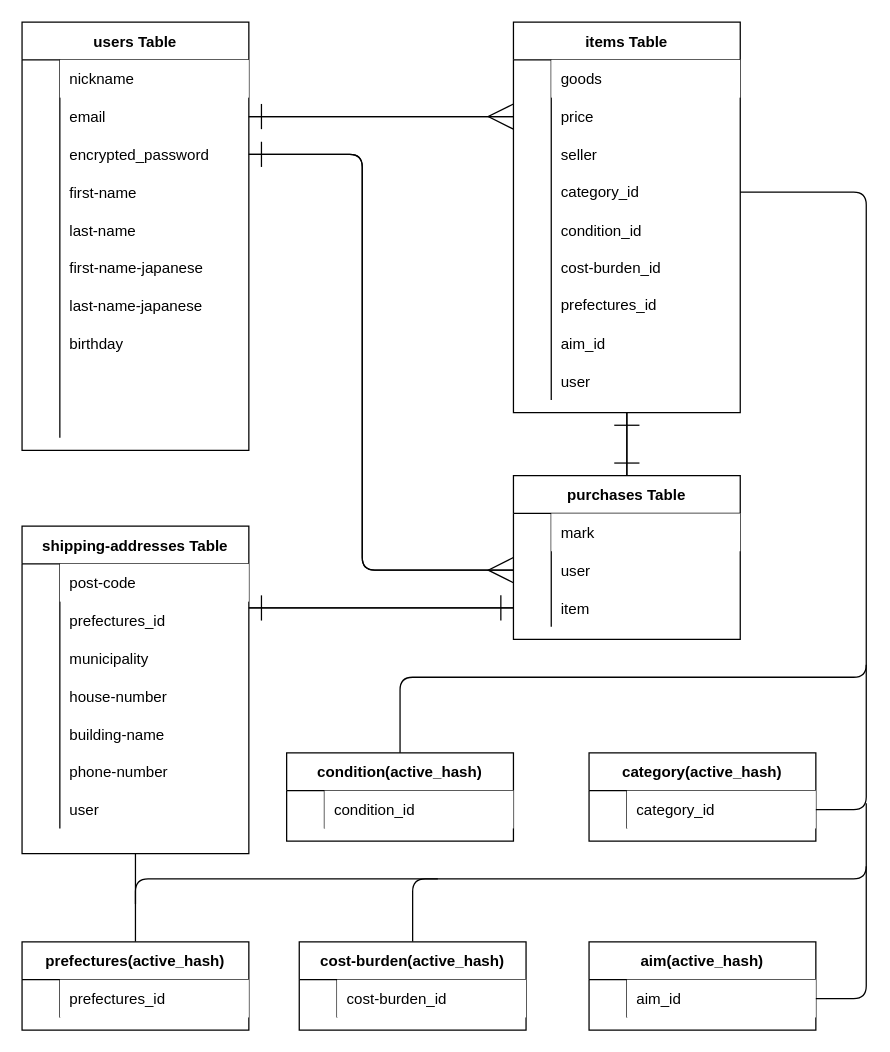
Above: furima.dio in kakehi22222/furima-38489 (draw.io), before the change. Source tidied: cells renumbered, new cells numbered last; positions are measured from the earlier drawing's top-left corner, leaving out a move shared by most shapes. Both pictures are drawn from the tidied source at 126%, with x=0, y=0 at pixel (21, 21).
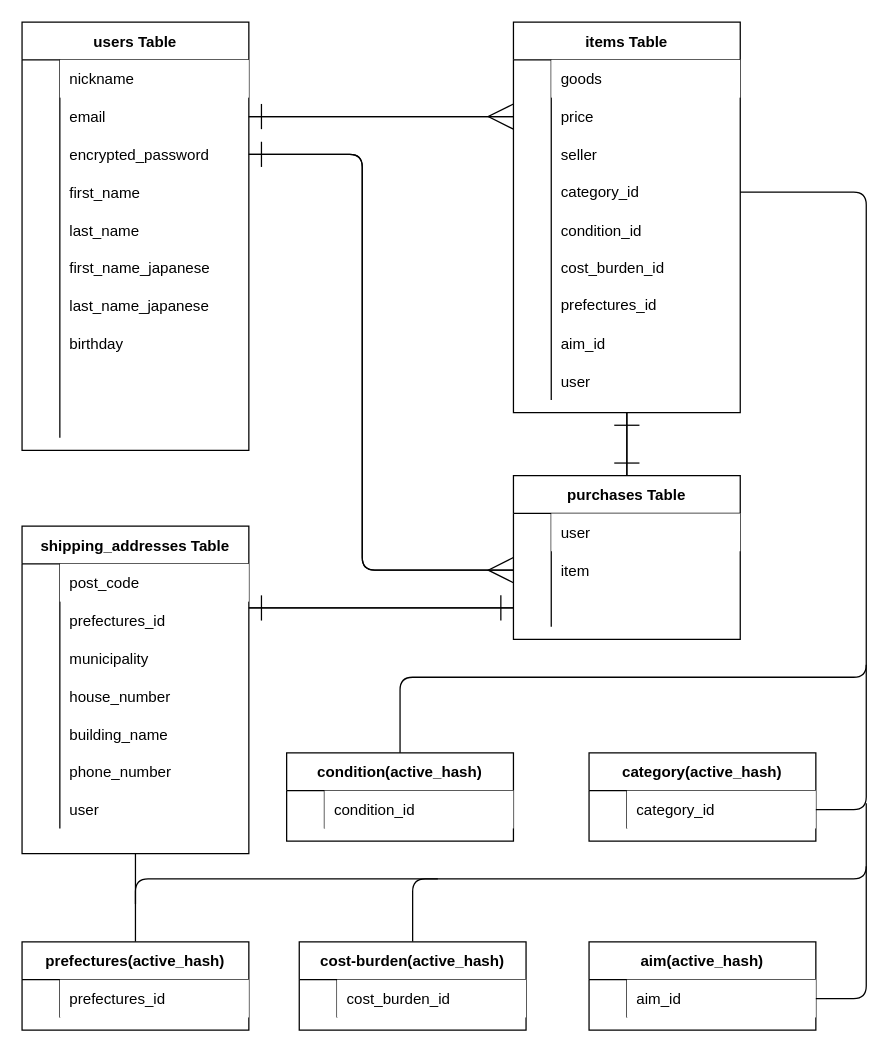
After the change.

Commit message (it also covers changes not shown here):
レビュー修正３（モデルの命名規則、association、ER図）

Unchanged cells that the change refers to:
```xml
<mxCell id="13" style="shape=partialRectangle;fillColor=none;top=0;left=0;bottom=0;right=0;" parent="3" vertex="1">
  <mxGeometry y="120" width="180" height="30" as="geometry" />
</mxCell>
<mxCell id="16" style="shape=partialRectangle;fillColor=none;top=0;left=0;bottom=0;right=0;" parent="3" vertex="1">
  <mxGeometry y="150" width="180" height="30" as="geometry" />
</mxCell>
<mxCell id="19" style="shape=partialRectangle;fillColor=none;top=0;left=0;bottom=0;right=0;" parent="3" vertex="1">
  <mxGeometry y="180" width="180" height="30" as="geometry" />
</mxCell>
<mxCell id="22" style="shape=partialRectangle;fillColor=none;top=0;left=0;bottom=0;right=0;" parent="3" vertex="1">
  <mxGeometry y="210" width="180" height="30" as="geometry" />
</mxCell>
<mxCell id="51" style="shape=partialRectangle;fillColor=none;top=0;left=0;bottom=0;right=0;" parent="35" vertex="1">
  <mxGeometry y="180" width="180" height="30" as="geometry" />
</mxCell>
<mxCell id="65" style="shape=partialRectangle;fillColor=none;top=0;left=0;bottom=0;right=0;" parent="64" vertex="1">
  <mxGeometry y="30" width="180" height="30" as="geometry" />
</mxCell>
<mxCell id="74" style="shape=partialRectangle;fillColor=none;top=0;left=0;bottom=0;right=0;" parent="64" vertex="1">
  <mxGeometry y="120" width="180" height="30" as="geometry" />
</mxCell>
<mxCell id="77" style="shape=partialRectangle;fillColor=none;top=0;left=0;bottom=0;right=0;" parent="64" vertex="1">
  <mxGeometry y="150" width="180" height="30" as="geometry" />
</mxCell>
<mxCell id="80" style="shape=partialRectangle;fillColor=none;top=0;left=0;bottom=0;right=0;" parent="64" vertex="1">
  <mxGeometry y="180" width="180" height="30" as="geometry" />
</mxCell>
<mxCell id="88" style="shape=partialRectangle;fillColor=none;top=0;left=0;bottom=0;right=0;" parent="87" vertex="1">
  <mxGeometry y="30" width="180" height="30" as="geometry" />
</mxCell>
<mxCell id="91" style="shape=partialRectangle;fillColor=none;top=0;left=0;bottom=0;right=0;points=[[0,0.5],[1,0.5]];portConstraint=eastwest;" parent="87" vertex="1">
  <mxGeometry y="60" width="180" height="30" as="geometry" />
</mxCell>
<mxCell id="94" style="shape=partialRectangle;fillColor=none;top=0;left=0;bottom=0;right=0;points=[[0,0.5],[1,0.5]];portConstraint=eastwest;" parent="87" vertex="1">
  <mxGeometry y="90" width="180" height="30" as="geometry" />
</mxCell>
<mxCell id="125" style="shape=partialRectangle;fillColor=none;top=0;left=0;bottom=0;right=0;" parent="124" vertex="1">
  <mxGeometry y="30" width="180" height="30" as="geometry" />
</mxCell>
```

Diff of the diagram source:
```diff
@@
-    <mxCell id="15" value="first-name" style="shape=partialRectangle;fillColor=none;top=0;left=0;bottom=0;right=0;align=left;spacingLeft=6;overflow=hidden;" parent="13" vertex="1">
+    <mxCell id="15" value="first_name" style="shape=partialRectangle;fillColor=none;top=0;left=0;bottom=0;right=0;align=left;spacingLeft=6;overflow=hidden;" parent="13" vertex="1">
       <mxGeometry x="30" width="150" height="30" as="geometry" />
     </mxCell>
@@
-    <mxCell id="18" value="last-name" style="shape=partialRectangle;fillColor=none;top=0;left=0;bottom=0;right=0;align=left;spacingLeft=6;overflow=hidden;" parent="16" vertex="1">
+    <mxCell id="18" value="last_name" style="shape=partialRectangle;fillColor=none;top=0;left=0;bottom=0;right=0;align=left;spacingLeft=6;overflow=hidden;" parent="16" vertex="1">
       <mxGeometry x="30" width="150" height="30" as="geometry" />
     </mxCell>
@@
-    <mxCell id="21" value="first-name-japanese" style="shape=partialRectangle;fillColor=none;top=0;left=0;bottom=0;right=0;align=left;spacingLeft=6;overflow=hidden;" parent="19" vertex="1">
+    <mxCell id="21" value="first_name_japanese" style="shape=partialRectangle;fillColor=none;top=0;left=0;bottom=0;right=0;align=left;spacingLeft=6;overflow=hidden;" parent="19" vertex="1">
       <mxGeometry x="30" width="150" height="30" as="geometry" />
     </mxCell>
@@
-    <mxCell id="24" value="last-name-japanese" style="shape=partialRectangle;fillColor=none;top=0;left=0;bottom=0;right=0;align=left;spacingLeft=6;overflow=hidden;" parent="22" vertex="1">
+    <mxCell id="24" value="last_name_japanese" style="shape=partialRectangle;fillColor=none;top=0;left=0;bottom=0;right=0;align=left;spacingLeft=6;overflow=hidden;" parent="22" vertex="1">
       <mxGeometry x="30" width="150" height="30" as="geometry" />
     </mxCell>
@@
-    <mxCell id="53" value="cost-burden_id" style="shape=partialRectangle;fillColor=none;top=0;left=0;bottom=0;right=0;align=left;spacingLeft=6;overflow=hidden;" parent="51" vertex="1">
+    <mxCell id="53" value="cost_burden_id" style="shape=partialRectangle;fillColor=none;top=0;left=0;bottom=0;right=0;align=left;spacingLeft=6;overflow=hidden;" parent="51" vertex="1">
       <mxGeometry x="30" width="150" height="30" as="geometry" />
     </mxCell>
@@
-    <mxCell id="64" value="shipping-addresses Table" style="shape=table;startSize=30;childLayout=tableLayout;rowLines=0;fontStyle=1;align=center;" parent="1" vertex="1">
+    <mxCell id="64" value="shipping_addresses Table" style="shape=table;startSize=30;childLayout=tableLayout;rowLines=0;fontStyle=1;align=center;" parent="1" vertex="1">
       <mxGeometry y="400" width="180" height="260" as="geometry" />
     </mxCell>
@@
-    <mxCell id="67" value="post-code" style="shape=partialRectangle;fillColor=default;top=0;left=0;bottom=0;right=0;align=left;spacingLeft=6;overflow=hidden;" parent="65" vertex="1">
+    <mxCell id="67" value="post_code" style="shape=partialRectangle;fillColor=default;top=0;left=0;bottom=0;right=0;align=left;spacingLeft=6;overflow=hidden;" parent="65" vertex="1">
       <mxGeometry x="30" width="150" height="30" as="geometry" />
     </mxCell>
@@
-    <mxCell id="76" value="house-number" style="shape=partialRectangle;fillColor=none;top=0;left=0;bottom=0;right=0;align=left;spacingLeft=6;overflow=hidden;" parent="74" vertex="1">
+    <mxCell id="76" value="house_number" style="shape=partialRectangle;fillColor=none;top=0;left=0;bottom=0;right=0;align=left;spacingLeft=6;overflow=hidden;" parent="74" vertex="1">
       <mxGeometry x="30" width="150" height="30" as="geometry" />
     </mxCell>
@@
-    <mxCell id="79" value="building-name" style="shape=partialRectangle;fillColor=none;top=0;left=0;bottom=0;right=0;align=left;spacingLeft=6;overflow=hidden;" parent="77" vertex="1">
+    <mxCell id="79" value="building_name" style="shape=partialRectangle;fillColor=none;top=0;left=0;bottom=0;right=0;align=left;spacingLeft=6;overflow=hidden;" parent="77" vertex="1">
       <mxGeometry x="30" width="150" height="30" as="geometry" />
     </mxCell>
@@
-    <mxCell id="82" value="phone-number" style="shape=partialRectangle;fillColor=none;top=0;left=0;bottom=0;right=0;align=left;spacingLeft=6;overflow=hidden;" parent="80" vertex="1">
+    <mxCell id="82" value="phone_number" style="shape=partialRectangle;fillColor=none;top=0;left=0;bottom=0;right=0;align=left;spacingLeft=6;overflow=hidden;" parent="80" vertex="1">
       <mxGeometry x="30" width="150" height="30" as="geometry" />
     </mxCell>
@@
-    <mxCell id="90" value="mark" style="shape=partialRectangle;fillColor=default;top=0;left=0;bottom=0;right=0;align=left;spacingLeft=6;overflow=hidden;" parent="88" vertex="1">
+    <mxCell id="90" value="user" style="shape=partialRectangle;fillColor=default;top=0;left=0;bottom=0;right=0;align=left;spacingLeft=6;overflow=hidden;" parent="88" vertex="1">
       <mxGeometry x="30" width="150" height="30" as="geometry" />
     </mxCell>
@@
-    <mxCell id="93" value="user" style="shape=partialRectangle;fillColor=none;top=0;left=0;bottom=0;right=0;align=left;spacingLeft=6;overflow=hidden;" parent="91" vertex="1">
+    <mxCell id="93" value="item" style="shape=partialRectangle;fillColor=none;top=0;left=0;bottom=0;right=0;align=left;spacingLeft=6;overflow=hidden;" parent="91" vertex="1">
       <mxGeometry x="30" width="150" height="30" as="geometry" />
     </mxCell>
@@
-    <mxCell id="96" value="item" style="shape=partialRectangle;fillColor=none;top=0;left=0;bottom=0;right=0;align=left;spacingLeft=6;overflow=hidden;" parent="94" vertex="1">
+    <mxCell id="96" style="shape=partialRectangle;fillColor=none;top=0;left=0;bottom=0;right=0;align=left;spacingLeft=6;overflow=hidden;" parent="94" vertex="1">
       <mxGeometry x="30" width="150" height="30" as="geometry" />
     </mxCell>
@@
-    <mxCell id="127" value="cost-burden_id" style="shape=partialRectangle;fillColor=default;top=0;left=0;bottom=0;right=0;align=left;spacingLeft=6;overflow=hidden;" parent="125" vertex="1">
+    <mxCell id="127" value="cost_burden_id" style="shape=partialRectangle;fillColor=default;top=0;left=0;bottom=0;right=0;align=left;spacingLeft=6;overflow=hidden;" parent="125" vertex="1">
       <mxGeometry x="30" width="150" height="30" as="geometry" />
     </mxCell>
```
